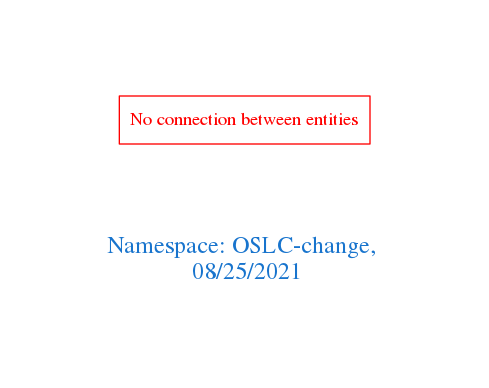
Above: downloads/OSLC-change.png in arago/OGIT (Graphviz), before the change. Its source is kept beside it as downloads/OSLC-change.dot.
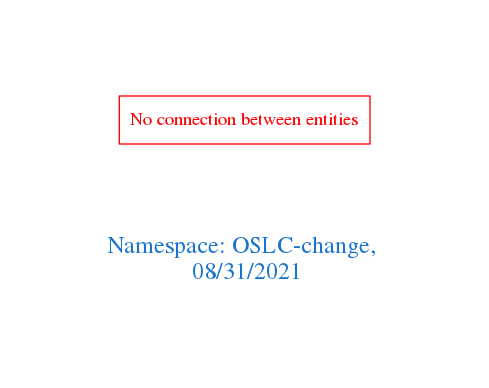
Above is the later version.

What changed in the source:
```diff
@@ -1,7 +1,7 @@
 digraph OGIT_ontology {
  graph [ rankdir= LR,pad=1
 fontsize = 18,
-fontcolor= dodgerblue3,label = "\n\n\nNamespace: OSLC-change, \n 08/25/2021"];
+fontcolor= dodgerblue3,label = "\n\n\nNamespace: OSLC-change, \n 08/31/2021"];
 node[shape=polygon];
 edge [  color="gray81"];
 
```
